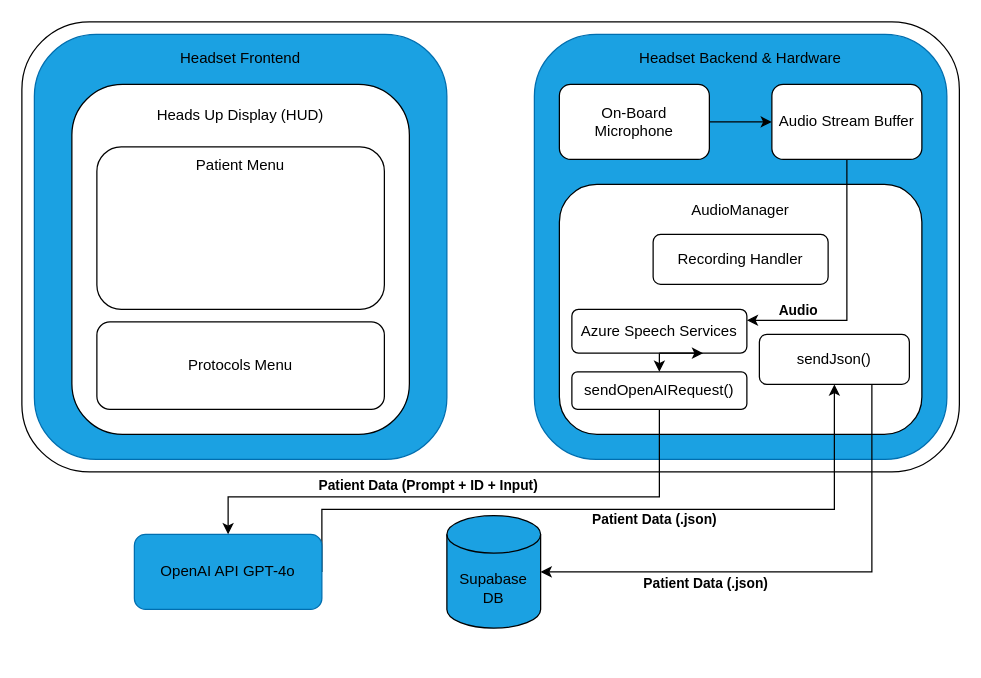
Above: Low_Level_Website.drawio in logancalder/EMT-Vision-Dashboard (draw.io), before the change. Source tidied: cells renumbered, new cells numbered last; positions are measured from the earlier drawing's top-left corner, leaving out a move shared by most shapes. Both pictures are drawn from the tidied source at 125%, with x=0, y=0 at pixel (21, 21).
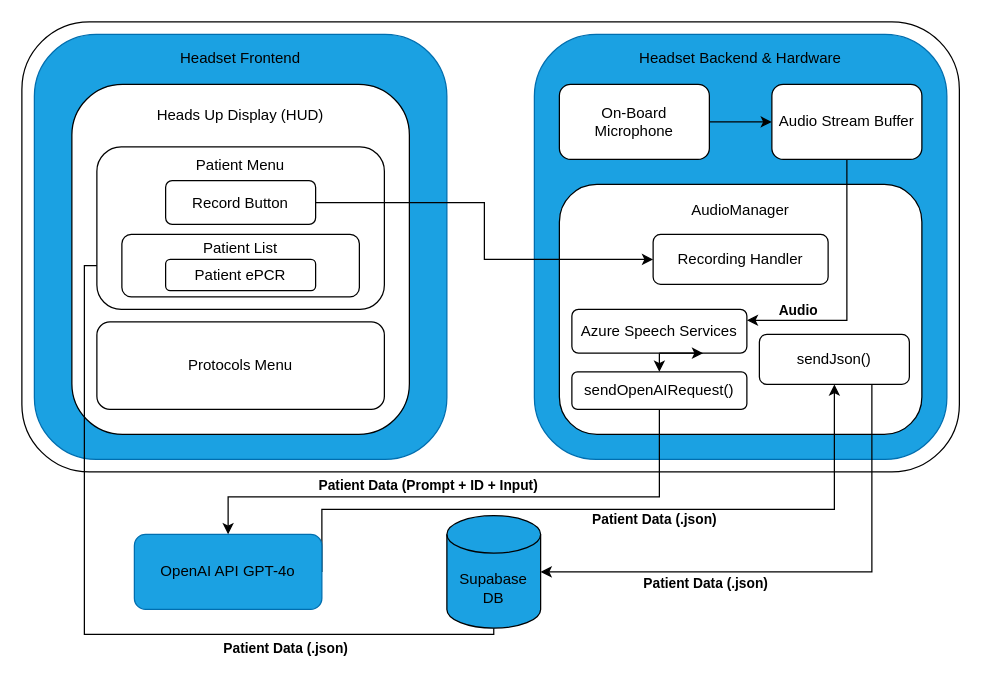
After the change.

The change refers to these unchanged cells:
```xml
<mxCell id="5" value="Supabase&lt;div&gt;DB&lt;/div&gt;" style="shape=cylinder3;whiteSpace=wrap;html=1;boundedLbl=1;backgroundOutline=1;size=15;fillColor=light-dark(#1BA1E2,#66B2FF);" parent="1" vertex="1">
  <mxGeometry x="340" y="395" width="75" height="90" as="geometry" />
</mxCell>
<mxCell id="16" value="Recording Handler" style="rounded=1;whiteSpace=wrap;html=1;fillColor=light-dark(#FFFFFF,#004C99);" parent="1" vertex="1">
  <mxGeometry x="505" y="170" width="140" height="40" as="geometry" />
</mxCell>
```

Change to the diagram source:
```diff
@@
+    <mxCell id="15" value="Heads Up Display (HUD)&lt;div&gt;&lt;br&gt;&lt;/div&gt;&lt;div&gt;&lt;br&gt;&lt;/div&gt;&lt;div&gt;&lt;br&gt;&lt;/div&gt;&lt;div&gt;&lt;br&gt;&lt;/div&gt;&lt;div&gt;&lt;br&gt;&lt;/div&gt;&lt;div&gt;&lt;br&gt;&lt;/div&gt;&lt;div&gt;&lt;br&gt;&lt;/div&gt;&lt;div&gt;&lt;br&gt;&lt;/div&gt;&lt;div&gt;&lt;br&gt;&lt;/div&gt;&lt;div&gt;&lt;br&gt;&lt;/div&gt;&lt;div&gt;&lt;br&gt;&lt;/div&gt;&lt;div&gt;&lt;br&gt;&lt;/div&gt;&lt;div&gt;&lt;br&gt;&lt;/div&gt;&lt;div&gt;&lt;br&gt;&lt;/div&gt;&lt;div&gt;&lt;br&gt;&lt;/div&gt;&lt;div&gt;&lt;br&gt;&lt;/div&gt;" style="rounded=1;whiteSpace=wrap;html=1;fillColor=light-dark(#FFFFFF,#3399FF);" parent="1" vertex="1">
+      <mxGeometry x="40" y="50" width="270" height="280" as="geometry" />
+    </mxCell>
+    <mxCell id="28" style="edgeStyle=orthogonalEdgeStyle;rounded=0;jettySize=auto;html=1;exitX=0.5;exitY=1;exitDx=0;exitDy=0;exitPerimeter=0;entryX=0;entryY=0.5;entryDx=0;entryDy=0;" parent="1" edge="1" source="5" target="31">
+      <mxGeometry relative="1" as="geometry">
+        <Array as="points">
+          <mxPoint x="378" y="490" />
+          <mxPoint x="50" y="490" />
+          <mxPoint x="50" y="195" />
+        </Array>
+      </mxGeometry>
+    </mxCell>
@@
-    <mxCell id="15" value="Heads Up Display (HUD)&lt;div&gt;&lt;br&gt;&lt;/div&gt;&lt;div&gt;&lt;br&gt;&lt;/div&gt;&lt;div&gt;&lt;br&gt;&lt;/div&gt;&lt;div&gt;&lt;br&gt;&lt;/div&gt;&lt;div&gt;&lt;br&gt;&lt;/div&gt;&lt;div&gt;&lt;br&gt;&lt;/div&gt;&lt;div&gt;&lt;br&gt;&lt;/div&gt;&lt;div&gt;&lt;br&gt;&lt;/div&gt;&lt;div&gt;&lt;br&gt;&lt;/div&gt;&lt;div&gt;&lt;br&gt;&lt;/div&gt;&lt;div&gt;&lt;br&gt;&lt;/div&gt;&lt;div&gt;&lt;br&gt;&lt;/div&gt;&lt;div&gt;&lt;br&gt;&lt;/div&gt;&lt;div&gt;&lt;br&gt;&lt;/div&gt;&lt;div&gt;&lt;br&gt;&lt;/div&gt;&lt;div&gt;&lt;br&gt;&lt;/div&gt;" style="rounded=1;whiteSpace=wrap;html=1;fillColor=light-dark(#FFFFFF,#3399FF);" parent="1" vertex="1">
-      <mxGeometry x="40" y="50" width="270" height="280" as="geometry" />
-    </mxCell>
@@
+    <mxCell id="29" style="edgeStyle=orthogonalEdgeStyle;rounded=0;jettySize=auto;html=1;exitX=1;exitY=0.5;exitDx=0;exitDy=0;entryX=0;entryY=0.5;entryDx=0;entryDy=0;" parent="1" edge="1" source="30" target="16">
+      <mxGeometry relative="1" as="geometry" />
+    </mxCell>
+    <mxCell id="30" value="Record Button" style="rounded=1;whiteSpace=wrap;html=1;fillColor=light-dark(#FFFFFF,#003366);" parent="1" vertex="1">
+      <mxGeometry x="115" y="127" width="120" height="35" as="geometry" />
+    </mxCell>
+    <mxCell id="31" value="Patient List&lt;div&gt;&lt;br&gt;&lt;/div&gt;&lt;div&gt;&lt;br&gt;&lt;/div&gt;" style="rounded=1;whiteSpace=wrap;html=1;fillColor=light-dark(#FFFFFF,#003366);" parent="1" vertex="1">
+      <mxGeometry x="80" y="170" width="190" height="50" as="geometry" />
+    </mxCell>
+    <mxCell id="32" value="Patient ePCR" style="rounded=1;whiteSpace=wrap;html=1;fillColor=light-dark(#FFFFFF,#001933);" parent="1" vertex="1">
+      <mxGeometry x="115" y="190" width="120" height="25" as="geometry" />
+    </mxCell>
+    <mxCell id="33" value="Patient Data (.json)" style="edgeLabel;html=1;align=center;verticalAlign=middle;labelBackgroundColor=none;fontStyle=1;" parent="1" vertex="1">
+      <mxGeometry x="210" y="500" as="geometry" />
+    </mxCell>
```
